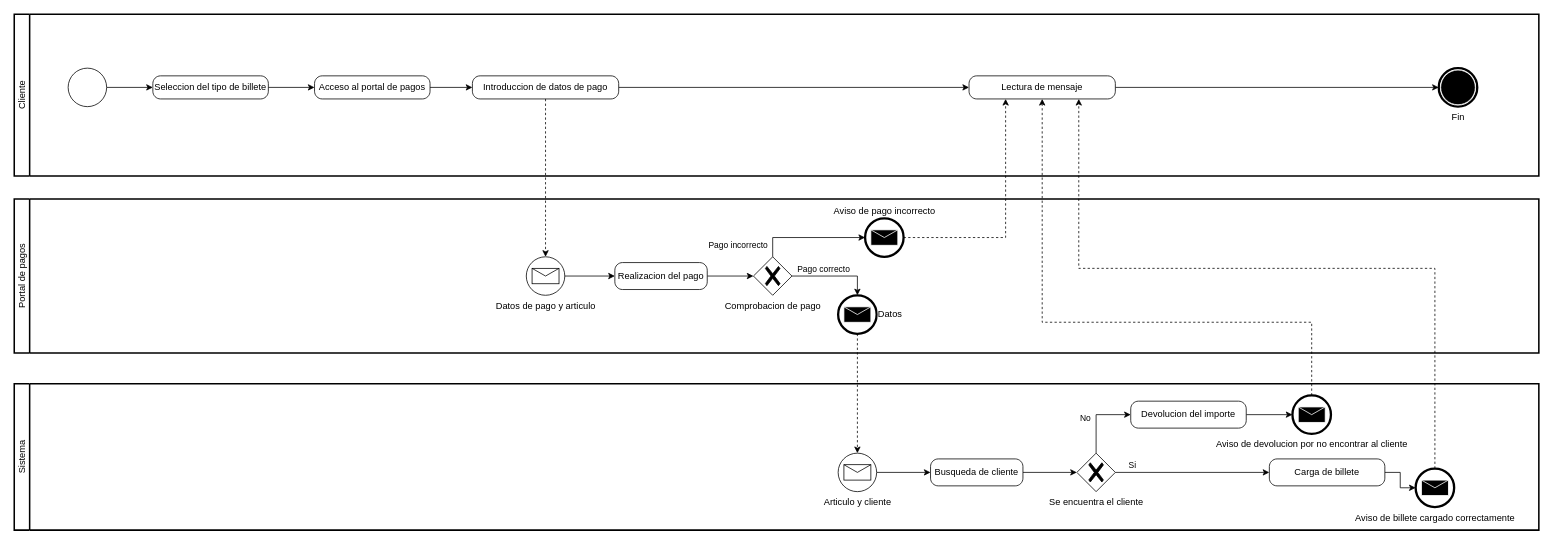
The draw.io diagram Proyecto/Directorios/Juanra/gestionyrealizaciondepagos.drawio in javimlopez/INRE-UAL-Azul-2022, before the edit. Source tidied: cells renumbered, new cells numbered last; positions are measured from the earlier drawing's top-left corner, leaving out a move shared by most shapes. Both pictures are drawn from the tidied source at 77%, with x=0, y=0 at pixel (14, 14).
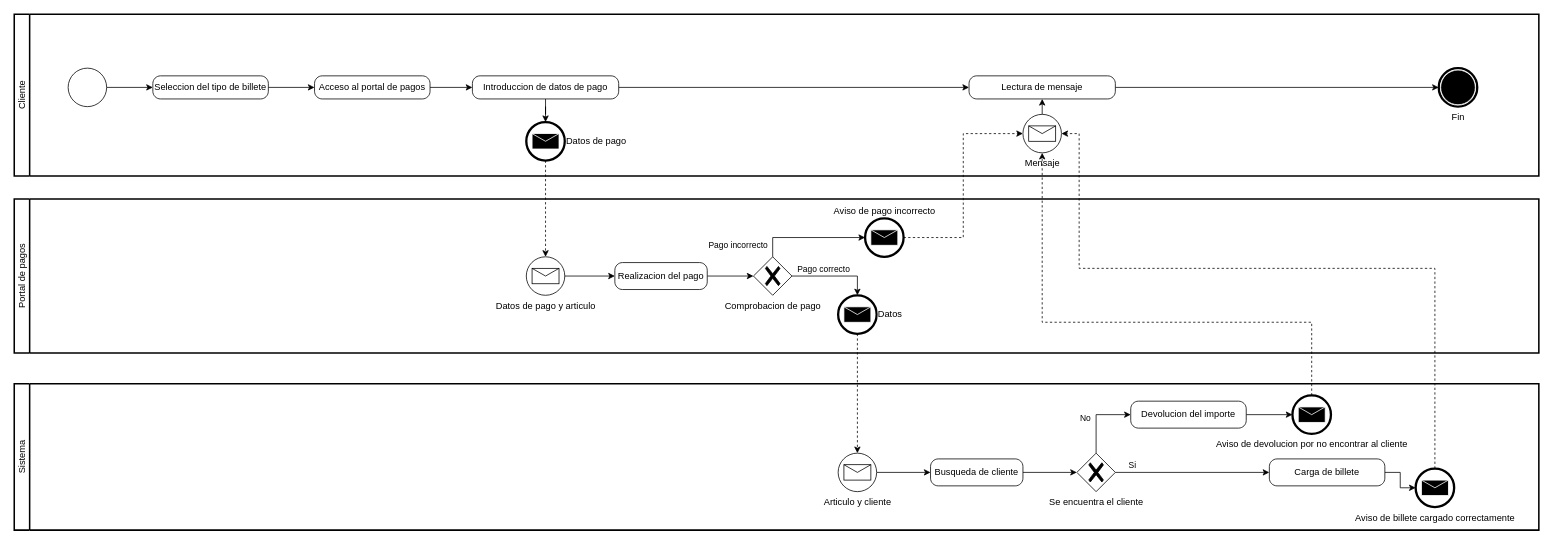
The same diagram, later.

The change refers to these unchanged cells:
```xml
<mxCell id="2" value="Cliente&lt;br&gt;" style="swimlane;html=1;startSize=20;fontStyle=0;horizontal=0;swimlaneLine=1;swimlaneFillColor=#ffffff;strokeWidth=2;whiteSpace=wrap;labelPosition=center;verticalLabelPosition=middle;align=center;verticalAlign=middle;" parent="1" vertex="1">
  <mxGeometry width="1980" height="210" as="geometry" />
</mxCell>
<mxCell id="10" value="Introduccion de datos de pago" style="points=[[0.25,0,0],[0.5,0,0],[0.75,0,0],[1,0.25,0],[1,0.5,0],[1,0.75,0],[0.75,1,0],[0.5,1,0],[0.25,1,0],[0,0.75,0],[0,0.5,0],[0,0.25,0]];shape=mxgraph.bpmn.task;whiteSpace=wrap;rectStyle=rounded;size=10;html=1;taskMarker=abstract;" parent="2" vertex="1">
  <mxGeometry x="595" y="80" width="190" height="30" as="geometry" />
</mxCell>
<mxCell id="13" value="Lectura de mensaje" style="points=[[0.25,0,0],[0.5,0,0],[0.75,0,0],[1,0.25,0],[1,0.5,0],[1,0.75,0],[0.75,1,0],[0.5,1,0],[0.25,1,0],[0,0.75,0],[0,0.5,0],[0,0.25,0]];shape=mxgraph.bpmn.task;whiteSpace=wrap;rectStyle=rounded;size=10;html=1;taskMarker=abstract;" parent="2" vertex="1">
  <mxGeometry x="1240" y="80" width="190" height="30" as="geometry" />
</mxCell>
<mxCell id="16" value="Datos de pago y articulo" style="points=[[0.145,0.145,0],[0.5,0,0],[0.855,0.145,0],[1,0.5,0],[0.855,0.855,0],[0.5,1,0],[0.145,0.855,0],[0,0.5,0]];shape=mxgraph.bpmn.event;html=1;verticalLabelPosition=bottom;labelBackgroundColor=#ffffff;verticalAlign=top;align=center;perimeter=ellipsePerimeter;outlineConnect=0;outline=standard;symbol=message;" parent="14" vertex="1">
  <mxGeometry x="665" y="75" width="50" height="50" as="geometry" />
</mxCell>
<mxCell id="20" value="Aviso de pago incorrecto" style="points=[[0.145,0.145,0],[0.5,0,0],[0.855,0.145,0],[1,0.5,0],[0.855,0.855,0],[0.5,1,0],[0.145,0.855,0],[0,0.5,0]];shape=mxgraph.bpmn.event;html=1;verticalLabelPosition=top;labelBackgroundColor=#ffffff;verticalAlign=bottom;align=center;perimeter=ellipsePerimeter;outlineConnect=0;outline=end;symbol=message;labelPosition=center;" parent="14" vertex="1">
  <mxGeometry x="1105" y="25" width="50" height="50" as="geometry" />
</mxCell>
<mxCell id="38" value="Aviso de devolucion por no encontrar al cliente&lt;br&gt;" style="points=[[0.145,0.145,0],[0.5,0,0],[0.855,0.145,0],[1,0.5,0],[0.855,0.855,0],[0.5,1,0],[0.145,0.855,0],[0,0.5,0]];shape=mxgraph.bpmn.event;html=1;verticalLabelPosition=bottom;labelBackgroundColor=#ffffff;verticalAlign=top;align=center;perimeter=ellipsePerimeter;outlineConnect=0;outline=end;symbol=message;labelPosition=center;" parent="26" vertex="1">
  <mxGeometry x="1660" y="15" width="50" height="50" as="geometry" />
</mxCell>
<mxCell id="39" value="&lt;span style=&quot;text-align: right;&quot;&gt;Aviso de billete cargado correctamente&lt;/span&gt;" style="points=[[0.145,0.145,0],[0.5,0,0],[0.855,0.145,0],[1,0.5,0],[0.855,0.855,0],[0.5,1,0],[0.145,0.855,0],[0,0.5,0]];shape=mxgraph.bpmn.event;html=1;verticalLabelPosition=bottom;labelBackgroundColor=#ffffff;verticalAlign=top;align=center;perimeter=ellipsePerimeter;outlineConnect=0;outline=end;symbol=message;labelPosition=center;" parent="26" vertex="1">
  <mxGeometry x="1820" y="110" width="50" height="50" as="geometry" />
</mxCell>
```

The edit, as a diff of the source:
```diff
@@
+    <mxCell id="46" style="edgeStyle=orthogonalEdgeStyle;rounded=0;jettySize=auto;html=1;entryX=0.5;entryY=0;entryDx=0;entryDy=0;entryPerimeter=0;" parent="2" edge="1" source="10" target="47">
+      <mxGeometry relative="1" as="geometry" />
+    </mxCell>
@@
+    <mxCell id="47" value="Datos de pago" style="points=[[0.145,0.145,0],[0.5,0,0],[0.855,0.145,0],[1,0.5,0],[0.855,0.855,0],[0.5,1,0],[0.145,0.855,0],[0,0.5,0]];shape=mxgraph.bpmn.event;html=1;verticalLabelPosition=middle;labelBackgroundColor=#ffffff;verticalAlign=middle;align=left;perimeter=ellipsePerimeter;outlineConnect=0;outline=end;symbol=message;labelPosition=right;" parent="2" vertex="1">
+      <mxGeometry x="665" y="140" width="50" height="50" as="geometry" />
+    </mxCell>
+    <mxCell id="48" style="edgeStyle=orthogonalEdgeStyle;rounded=0;jettySize=auto;html=1;entryX=0.5;entryY=1;entryDx=0;entryDy=0;entryPerimeter=0;exitX=0.5;exitY=0;exitDx=0;exitDy=0;exitPerimeter=0;" parent="2" edge="1" source="49" target="13">
+      <mxGeometry relative="1" as="geometry" />
+    </mxCell>
+    <mxCell id="49" value="Mensaje" style="points=[[0.145,0.145,0],[0.5,0,0],[0.855,0.145,0],[1,0.5,0],[0.855,0.855,0],[0.5,1,0],[0.145,0.855,0],[0,0.5,0]];shape=mxgraph.bpmn.event;html=1;verticalLabelPosition=bottom;labelBackgroundColor=#ffffff;verticalAlign=top;align=center;perimeter=ellipsePerimeter;outlineConnect=0;outline=standard;symbol=message;" parent="2" vertex="1">
+      <mxGeometry x="1310" y="130" width="50" height="50" as="geometry" />
+    </mxCell>
@@
-    <mxCell id="25" style="edgeStyle=orthogonalEdgeStyle;rounded=0;jettySize=auto;html=1;entryX=0.5;entryY=0;entryDx=0;entryDy=0;entryPerimeter=0;dashed=1;" parent="1" edge="1" source="10" target="16">
+    <mxCell id="25" style="edgeStyle=orthogonalEdgeStyle;rounded=0;jettySize=auto;html=1;entryX=0.5;entryY=0;entryDx=0;entryDy=0;entryPerimeter=0;dashed=1;exitX=0.5;exitY=1;exitDx=0;exitDy=0;exitPerimeter=0;" parent="1" edge="1" source="47" target="16">
       <mxGeometry relative="1" as="geometry" />
     </mxCell>
@@
-    <mxCell id="42" style="edgeStyle=orthogonalEdgeStyle;rounded=0;jettySize=auto;html=1;entryX=0.25;entryY=1;entryDx=0;entryDy=0;entryPerimeter=0;dashed=1;" parent="1" edge="1" source="20" target="13">
+    <mxCell id="42" style="edgeStyle=orthogonalEdgeStyle;rounded=0;jettySize=auto;html=1;entryX=0;entryY=0.5;entryDx=0;entryDy=0;entryPerimeter=0;dashed=1;" parent="1" edge="1" source="20" target="49">
       <mxGeometry relative="1" as="geometry" />
     </mxCell>
-    <mxCell id="43" style="edgeStyle=orthogonalEdgeStyle;rounded=0;jettySize=auto;html=1;entryX=0.5;entryY=1;entryDx=0;entryDy=0;entryPerimeter=0;exitX=0.5;exitY=0;exitDx=0;exitDy=0;exitPerimeter=0;dashed=1;" parent="1" edge="1" source="38" target="13">
+    <mxCell id="43" style="edgeStyle=orthogonalEdgeStyle;rounded=0;jettySize=auto;html=1;entryX=0.5;entryY=1;entryDx=0;entryDy=0;entryPerimeter=0;exitX=0.5;exitY=0;exitDx=0;exitDy=0;exitPerimeter=0;dashed=1;" parent="1" edge="1" source="38" target="49">
       <mxGeometry relative="1" as="geometry">
         <Array as="points">
           <mxPoint x="1685" y="400" />
           <mxPoint x="1335" y="400" />
+          <mxPoint x="1335" y="190" />
         </Array>
       </mxGeometry>
     </mxCell>
-    <mxCell id="44" style="edgeStyle=orthogonalEdgeStyle;rounded=0;jettySize=auto;html=1;entryX=0.75;entryY=1;entryDx=0;entryDy=0;entryPerimeter=0;exitX=0.5;exitY=0;exitDx=0;exitDy=0;exitPerimeter=0;dashed=1;" parent="1" edge="1" source="39" target="13">
+    <mxCell id="44" style="edgeStyle=orthogonalEdgeStyle;rounded=0;jettySize=auto;html=1;exitX=0.5;exitY=0;exitDx=0;exitDy=0;exitPerimeter=0;dashed=1;entryX=1;entryY=0.5;entryDx=0;entryDy=0;entryPerimeter=0;" parent="1" edge="1" source="39" target="49">
       <mxGeometry relative="1" as="geometry">
         <Array as="points">
           <mxPoint x="1845" y="330" />
           <mxPoint x="1383" y="330" />
+          <mxPoint x="1383" y="155" />
         </Array>
       </mxGeometry>
     </mxCell>
```
